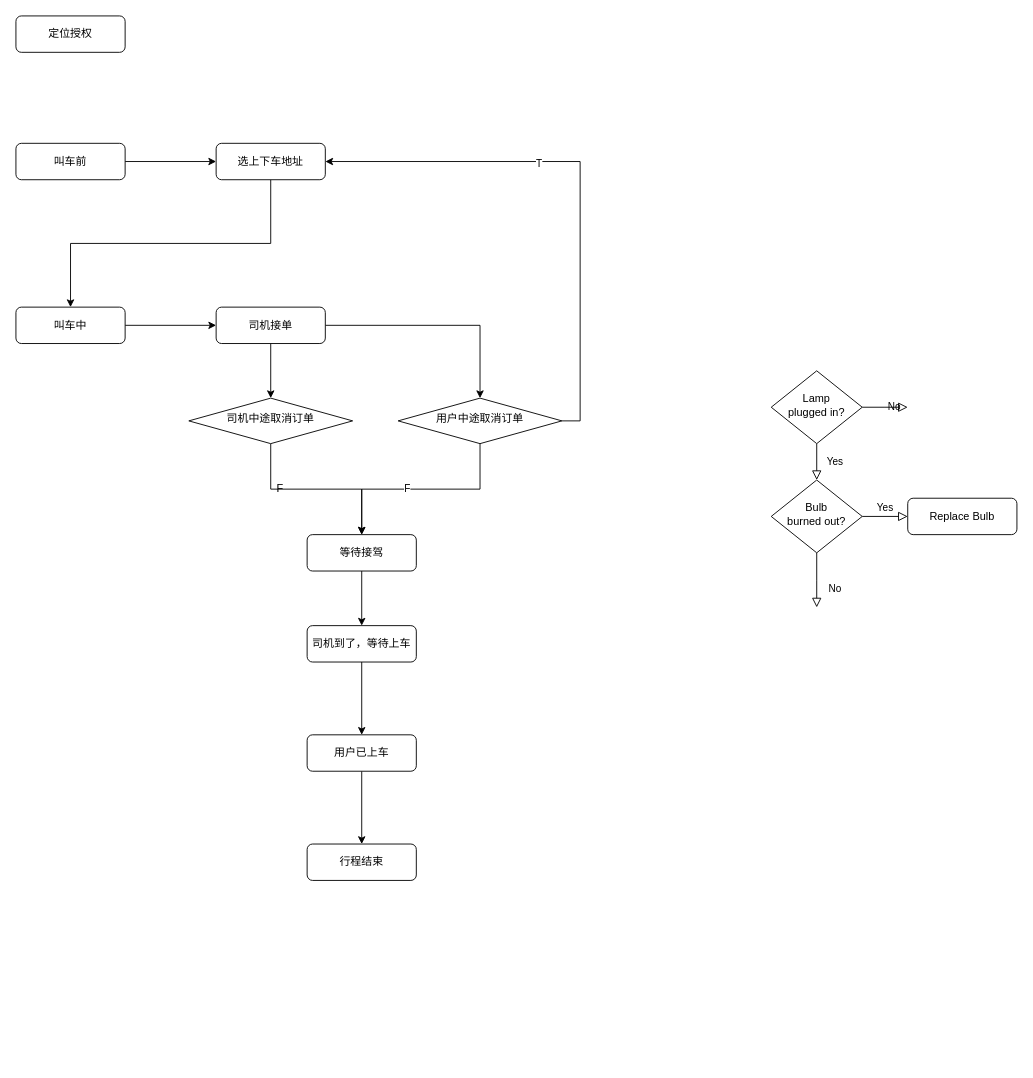
The draw.io diagram 未命名绘图.drawio in Rockergmail/draw.io, before the edit. Source tidied: cells renumbered, new cells numbered last; positions are measured from the earlier drawing's top-left corner, leaving out a move shared by most shapes. Both pictures are drawn from the tidied source at 91%, with x=0, y=0 at pixel (15, 15).
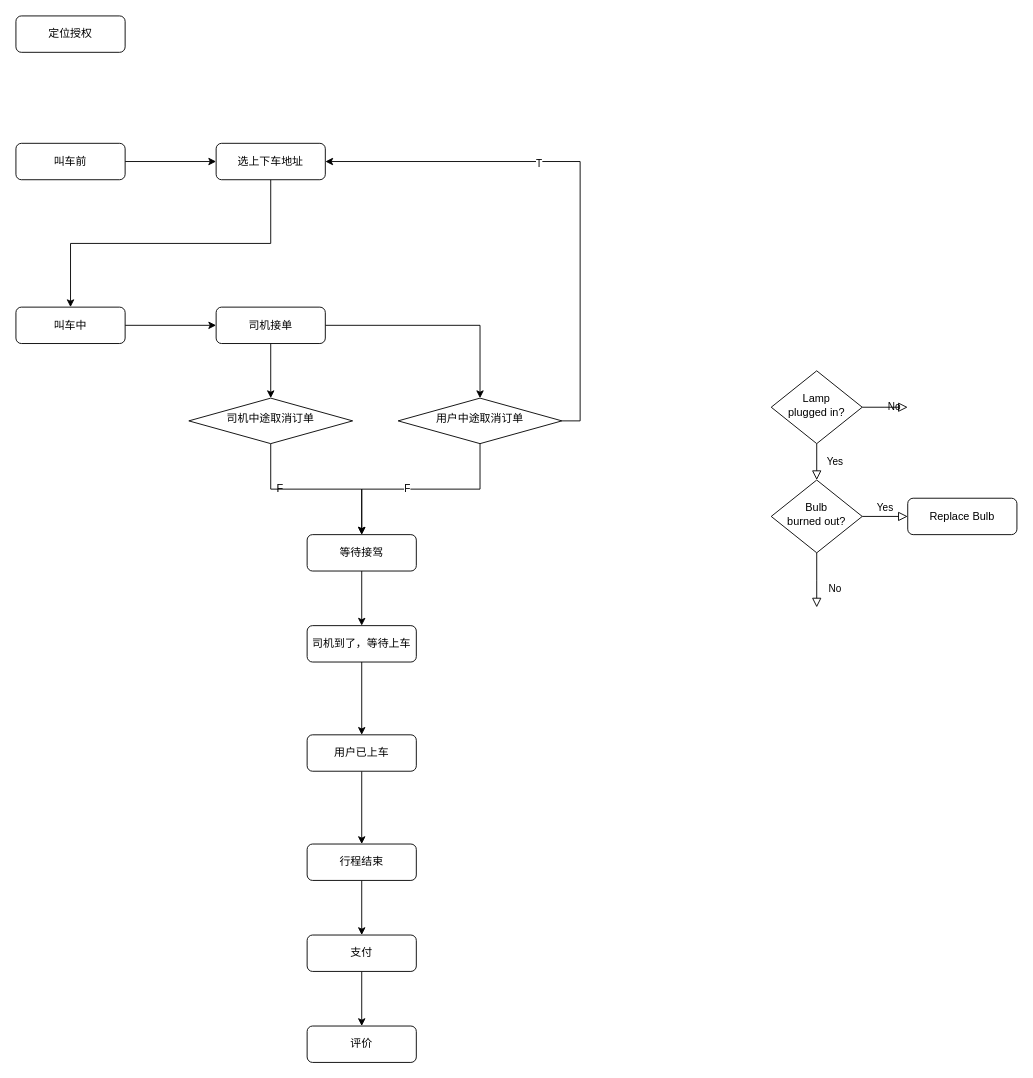
After the change.

Commit message:
更新未命名绘图.drawio

The change refers to these unchanged cells:
```xml
<mxCell id="9" value="行程结束" style="rounded=1;whiteSpace=wrap;html=1;fontSize=12;glass=0;strokeWidth=1;shadow=0;" parent="1" vertex="1">
  <mxGeometry x="320" y="910" width="120" height="40" as="geometry" />
</mxCell>
```

Change to the diagram source:
```diff
@@
+    <mxCell id="34" style="edgeStyle=orthogonalEdgeStyle;rounded=0;jettySize=auto;html=1;" parent="1" edge="1" source="9" target="36">
+      <mxGeometry relative="1" as="geometry" />
+    </mxCell>
@@
+    <mxCell id="35" style="edgeStyle=orthogonalEdgeStyle;rounded=0;jettySize=auto;html=1;" parent="1" edge="1" source="36" target="37">
+      <mxGeometry relative="1" as="geometry" />
+    </mxCell>
+    <mxCell id="36" value="支付" style="rounded=1;whiteSpace=wrap;html=1;fontSize=12;glass=0;strokeWidth=1;shadow=0;" parent="1" vertex="1">
+      <mxGeometry x="320" y="1010" width="120" height="40" as="geometry" />
+    </mxCell>
+    <mxCell id="37" value="评价" style="rounded=1;whiteSpace=wrap;html=1;fontSize=12;glass=0;strokeWidth=1;shadow=0;" parent="1" vertex="1">
+      <mxGeometry x="320" y="1110" width="120" height="40" as="geometry" />
+    </mxCell>
```
